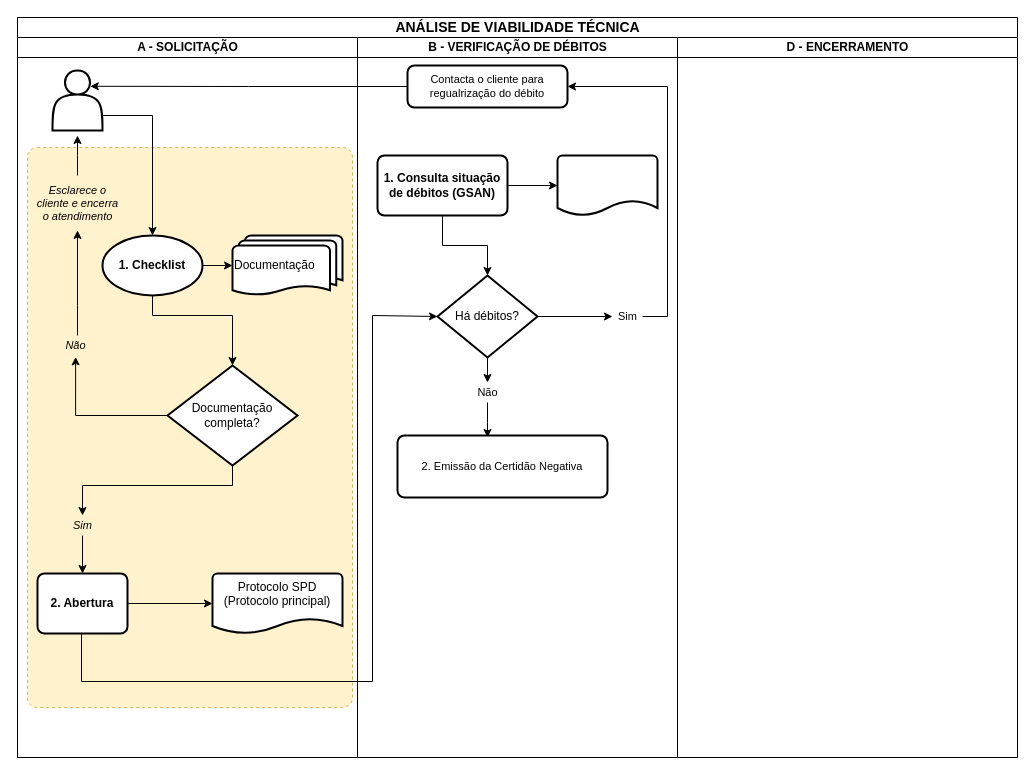
Before: Analise de Viabilidade Tecnica.drawio in Deso-Sertao/fluxogramas, a draw.io diagram. Source tidied: cells renumbered, new cells numbered last; positions are measured from the earlier drawing's top-left corner, leaving out a move shared by most shapes. Both pictures are drawn from the tidied source at 100%, with x=0, y=0 at pixel (17, 17).
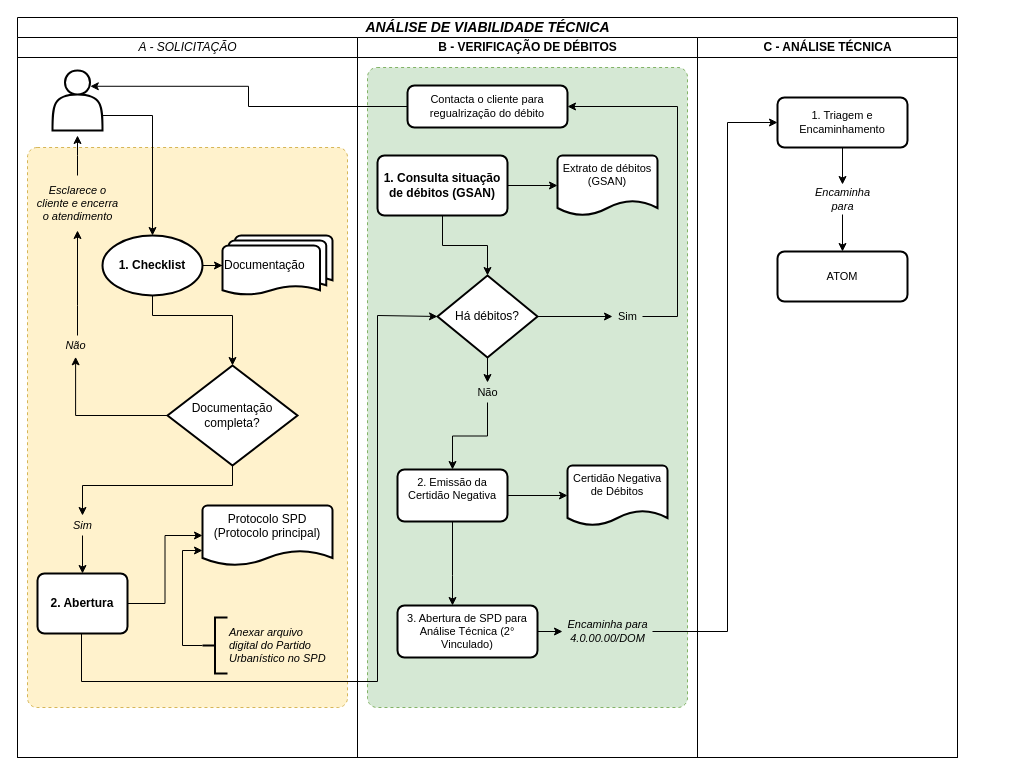
After the change.

The change refers to these unchanged cells:
```xml
<mxCell id="9" value="2. Abertura" style="rounded=1;whiteSpace=wrap;html=1;absoluteArcSize=1;arcSize=14;strokeWidth=2;fontFamily=Arial;fontStyle=1;" parent="3" vertex="1">
  <mxGeometry x="20" y="536" width="90" height="60" as="geometry" />
</mxCell>
<mxCell id="28" value="Há débitos?" style="strokeWidth=2;html=1;shape=mxgraph.flowchart.decision;whiteSpace=wrap;fontFamily=Arial;" parent="23" vertex="1">
  <mxGeometry x="80" y="238" width="100" height="82" as="geometry" />
</mxCell>
<mxCell id="30" value="Sim" style="text;html=1;align=center;verticalAlign=middle;points=[];fillColor=none;strokeColor=none;rounded=0;fontFamily=Arial;fontSize=11;" parent="23" vertex="1">
  <mxGeometry x="255" y="269" width="30" height="20" as="geometry" />
</mxCell>
<mxCell id="31" value="Não" style="text;html=1;align=center;verticalAlign=middle;points=[];fillColor=none;strokeColor=none;rounded=0;fontFamily=Arial;fontSize=11;" parent="23" vertex="1">
  <mxGeometry x="110" y="345" width="40" height="20" as="geometry" />
</mxCell>
```

Change to the diagram source:
```diff
@@
-    <mxCell id="2" value="&lt;font style=&quot;font-size: 14px&quot;&gt;ANÁLISE DE VIABILIDADE TÉCNICA&lt;/font&gt;" style="swimlane;html=1;startSize=20;fontFamily=Arial;" parent="1" vertex="1">
-      <mxGeometry width="1000" height="740" as="geometry" />
+    <mxCell id="2" value="&lt;font style=&quot;font-size: 14px&quot;&gt;ANÁLISE DE VIABILIDADE TÉCNICA&lt;/font&gt;" style="swimlane;html=1;startSize=20;fontFamily=Arial;fontStyle=3;" parent="1" vertex="1">
+      <mxGeometry width="940" height="740" as="geometry" />
     </mxCell>
-    <mxCell id="3" value="A - SOLICITAÇÃO" style="swimlane;html=1;startSize=20;fontFamily=Arial;" parent="2" vertex="1">
+    <mxCell id="3" value="A - SOLICITAÇÃO" style="swimlane;html=1;startSize=20;fontFamily=Arial;fontStyle=2;" parent="2" vertex="1">
       <mxGeometry y="20" width="340" height="720" as="geometry" />
     </mxCell>
     <mxCell id="4" style="whiteSpace=wrap;html=1;fontFamily=Arial;fontSize=11;fillColor=#fff2cc;strokeColor=#d6b656;dashed=1;strokeWidth=1;rounded=1;arcSize=3;" parent="3" vertex="1">
-      <mxGeometry x="10" y="110" width="325" height="560" as="geometry" />
+      <mxGeometry x="10" y="110" width="320" height="560" as="geometry" />
     </mxCell>
@@
     <mxCell id="10" value="&lt;div&gt;Protocolo SPD&lt;/div&gt;&lt;div&gt;(Protocolo principal)&lt;br&gt;&lt;/div&gt;" style="strokeWidth=2;html=1;shape=mxgraph.flowchart.document2;whiteSpace=wrap;size=0.25;fontFamily=Arial;verticalAlign=top;" parent="3" vertex="1">
-      <mxGeometry x="195" y="536" width="130" height="60" as="geometry" />
+      <mxGeometry x="185" y="468" width="130" height="60" as="geometry" />
     </mxCell>
     <mxCell id="11" value="&lt;div align=&quot;left&quot;&gt;Documentação&lt;/div&gt;" style="strokeWidth=2;html=1;shape=mxgraph.flowchart.multi-document;whiteSpace=wrap;fontFamily=Arial;align=left;verticalAlign=middle;" parent="3" vertex="1">
-      <mxGeometry x="215" y="198" width="110" height="60" as="geometry" />
+      <mxGeometry x="205" y="198" width="110" height="60" as="geometry" />
     </mxCell>
@@
+    <mxCell id="40" style="edgeStyle=orthogonalEdgeStyle;rounded=0;jettySize=auto;html=1;entryX=0;entryY=0.75;entryDx=0;entryDy=0;entryPerimeter=0;fontFamily=Arial;fontSize=11;exitX=0;exitY=0.5;exitDx=0;exitDy=0;exitPerimeter=0;" parent="3" edge="1" source="41" target="10">
+      <mxGeometry relative="1" as="geometry">
+        <Array as="points">
+          <mxPoint x="165" y="608" />
+          <mxPoint x="165" y="513" />
+        </Array>
+      </mxGeometry>
+    </mxCell>
+    <mxCell id="41" value="&lt;div&gt;&lt;i&gt;Anexar arquivo&lt;/i&gt;&lt;/div&gt;&lt;div align=&quot;left&quot;&gt;&lt;i&gt;digital do Partido&lt;/i&gt;&lt;/div&gt;&lt;div align=&quot;left&quot;&gt;&lt;i&gt;Urbanístico no SPD&lt;/i&gt;&lt;br&gt;&lt;/div&gt;" style="strokeWidth=2;html=1;shape=mxgraph.flowchart.annotation_2;align=left;labelPosition=right;rounded=1;fillColor=#ffffff;fontFamily=Arial;fontSize=11;" parent="3" vertex="1">
+      <mxGeometry x="185" y="580" width="25" height="56" as="geometry" />
+    </mxCell>
     <mxCell id="23" value="B - VERIFICAÇÃO DE DÉBITOS" style="swimlane;html=1;startSize=20;fontFamily=Arial;" parent="2" vertex="1">
-      <mxGeometry x="340" y="20" width="320" height="720" as="geometry" />
+      <mxGeometry x="340" y="20" width="340" height="720" as="geometry" />
     </mxCell>
+    <mxCell id="42" style="whiteSpace=wrap;html=1;fontFamily=Arial;fontSize=11;fillColor=#d5e8d4;strokeColor=#82b366;dashed=1;strokeWidth=1;rounded=1;arcSize=3;" parent="23" vertex="1">
+      <mxGeometry x="10" y="30" width="320" height="640" as="geometry" />
+    </mxCell>
@@
-    <mxCell id="27" style="edgeStyle=orthogonalEdgeStyle;rounded=0;jettySize=auto;html=1;fontFamily=Arial;fontSize=11;" parent="23" edge="1" source="31">
-      <mxGeometry relative="1" as="geometry">
-        <mxPoint x="130" y="400" as="targetPoint" />
-      </mxGeometry>
+    <mxCell id="27" style="edgeStyle=orthogonalEdgeStyle;rounded=0;jettySize=auto;html=1;fontFamily=Arial;fontSize=11;entryX=0.5;entryY=0;entryDx=0;entryDy=0;" parent="23" edge="1" source="31" target="34">
+      <mxGeometry relative="1" as="geometry" />
     </mxCell>
@@
     <mxCell id="29" style="edgeStyle=orthogonalEdgeStyle;rounded=0;jettySize=auto;html=1;fontFamily=Arial;fontSize=11;entryX=1;entryY=0.5;entryDx=0;entryDy=0;exitX=1;exitY=0.5;exitDx=0;exitDy=0;exitPerimeter=0;" parent="23" edge="1" source="30" target="33">
       <mxGeometry relative="1" as="geometry">
         <Array as="points">
-          <mxPoint x="310" y="279" />
-          <mxPoint x="310" y="49" />
+          <mxPoint x="320" y="279" />
+          <mxPoint x="320" y="69" />
         </Array>
       </mxGeometry>
     </mxCell>
@@
     <mxCell id="33" value="Contacta o cliente para regualrização do débito" style="rounded=1;whiteSpace=wrap;html=1;absoluteArcSize=1;arcSize=14;strokeWidth=2;fillColor=#ffffff;fontFamily=Arial;fontSize=11;" parent="23" vertex="1">
-      <mxGeometry x="50" y="28" width="160" height="42" as="geometry" />
+      <mxGeometry x="50" y="48" width="160" height="42" as="geometry" />
     </mxCell>
+    <mxCell id="43" style="edgeStyle=orthogonalEdgeStyle;rounded=0;jettySize=auto;html=1;fontFamily=Arial;fontSize=11;" parent="23" edge="1" source="34" target="44">
+      <mxGeometry relative="1" as="geometry" />
+    </mxCell>
-    <mxCell id="34" value="2. Emissão da Certidão Negativa" style="rounded=1;whiteSpace=wrap;html=1;absoluteArcSize=1;arcSize=14;strokeWidth=2;fillColor=#ffffff;fontFamily=Arial;fontSize=11;" parent="23" vertex="1">
-      <mxGeometry x="40" y="398" width="210" height="62" as="geometry" />
+    <mxCell id="34" value="2. Emissão da Certidão Negativa" style="rounded=1;whiteSpace=wrap;html=1;absoluteArcSize=1;arcSize=14;strokeWidth=2;fillColor=#ffffff;fontFamily=Arial;fontSize=11;verticalAlign=top;" parent="23" vertex="1">
+      <mxGeometry x="40" y="432" width="110" height="52" as="geometry" />
     </mxCell>
-    <mxCell id="35" style="strokeWidth=2;html=1;shape=mxgraph.flowchart.document2;whiteSpace=wrap;size=0.25;rounded=1;fillColor=#ffffff;fontFamily=Arial;fontSize=11;" parent="23" vertex="1">
+    <mxCell id="35" value="Extrato de débitos (GSAN)" style="strokeWidth=2;html=1;shape=mxgraph.flowchart.document2;whiteSpace=wrap;size=0.25;rounded=1;fillColor=#ffffff;fontFamily=Arial;fontSize=11;verticalAlign=top;" parent="23" vertex="1">
       <mxGeometry x="200" y="118" width="100" height="60" as="geometry" />
     </mxCell>
@@
+    <mxCell id="44" value="Certidão Negativa de Débitos" style="strokeWidth=2;html=1;shape=mxgraph.flowchart.document2;whiteSpace=wrap;size=0.25;rounded=1;fillColor=#ffffff;fontFamily=Arial;fontSize=11;verticalAlign=top;" parent="23" vertex="1">
+      <mxGeometry x="210" y="428" width="100" height="60" as="geometry" />
+    </mxCell>
+    <mxCell id="45" style="edgeStyle=orthogonalEdgeStyle;rounded=0;jettySize=auto;html=1;fontFamily=Arial;fontSize=11;" parent="23" edge="1" source="46" target="48">
+      <mxGeometry relative="1" as="geometry" />
+    </mxCell>
+    <mxCell id="46" value="3. Abertura de SPD para Análise Técnica (2° Vinculado)" style="rounded=1;whiteSpace=wrap;html=1;absoluteArcSize=1;arcSize=14;strokeWidth=2;fillColor=#ffffff;fontFamily=Arial;fontSize=11;" parent="23" vertex="1">
+      <mxGeometry x="40" y="568" width="140" height="52" as="geometry" />
+    </mxCell>
+    <mxCell id="47" style="edgeStyle=orthogonalEdgeStyle;rounded=0;jettySize=auto;html=1;fontFamily=Arial;fontSize=11;" parent="23" edge="1" source="34" target="46">
+      <mxGeometry relative="1" as="geometry">
+        <Array as="points">
+          <mxPoint x="95" y="538" />
+          <mxPoint x="95" y="538" />
+        </Array>
+      </mxGeometry>
+    </mxCell>
+    <mxCell id="48" value="&lt;div&gt;Encaminha para&lt;/div&gt;&lt;div&gt;4.0.00.00/DOM&lt;/div&gt;" style="text;html=1;align=center;verticalAlign=middle;points=[];fillColor=none;strokeColor=none;rounded=0;fontFamily=Arial;fontSize=11;fontStyle=2;" parent="23" vertex="1">
+      <mxGeometry x="205" y="579" width="90" height="30" as="geometry" />
+    </mxCell>
-    <mxCell id="37" value="D - ENCERRAMENTO" style="swimlane;html=1;startSize=20;fontFamily=Arial;" parent="2" vertex="1">
-      <mxGeometry x="660" y="20" width="340" height="720" as="geometry" />
+    <mxCell id="37" value="C - ANÁLISE TÉCNICA" style="swimlane;html=1;startSize=20;fontFamily=Arial;" parent="2" vertex="1">
+      <mxGeometry x="680" y="20" width="260" height="720" as="geometry" />
     </mxCell>
+    <mxCell id="49" style="edgeStyle=orthogonalEdgeStyle;rounded=0;jettySize=auto;html=1;fontFamily=Arial;fontSize=11;" parent="37" edge="1" source="50" target="53">
+      <mxGeometry relative="1" as="geometry" />
+    </mxCell>
+    <mxCell id="50" value="1. Triagem e Encaminhamento" style="rounded=1;whiteSpace=wrap;html=1;absoluteArcSize=1;arcSize=14;strokeWidth=2;fillColor=#ffffff;fontFamily=Arial;fontSize=11;" parent="37" vertex="1">
+      <mxGeometry x="80" y="60" width="130" height="50" as="geometry" />
+    </mxCell>
+    <mxCell id="51" value="ATOM" style="rounded=1;whiteSpace=wrap;html=1;absoluteArcSize=1;arcSize=14;strokeWidth=2;fillColor=#ffffff;fontFamily=Arial;fontSize=11;" parent="37" vertex="1">
+      <mxGeometry x="80" y="214" width="130" height="50" as="geometry" />
+    </mxCell>
+    <mxCell id="52" style="edgeStyle=orthogonalEdgeStyle;rounded=0;jettySize=auto;html=1;entryX=0.5;entryY=0;entryDx=0;entryDy=0;fontFamily=Arial;fontSize=11;" parent="37" edge="1" source="53" target="51">
+      <mxGeometry relative="1" as="geometry" />
+    </mxCell>
+    <mxCell id="53" value="&lt;div&gt;Encaminha&lt;/div&gt;&lt;div&gt;para&lt;/div&gt;" style="text;html=1;align=center;verticalAlign=middle;points=[];fillColor=none;strokeColor=none;rounded=0;fontFamily=Arial;fontSize=11;fontStyle=2;" parent="37" vertex="1">
+      <mxGeometry x="110" y="147" width="70" height="30" as="geometry" />
+    </mxCell>
     <mxCell id="38" style="edgeStyle=orthogonalEdgeStyle;rounded=0;jettySize=auto;html=1;fontFamily=Arial;entryX=0;entryY=0.5;entryDx=0;entryDy=0;entryPerimeter=0;" parent="2" edge="1" source="9" target="28">
       <mxGeometry relative="1" as="geometry">
         <Array as="points">
           <mxPoint x="64" y="664" />
-          <mxPoint x="355" y="664" />
-          <mxPoint x="355" y="298" />
+          <mxPoint x="360" y="664" />
+          <mxPoint x="360" y="298" />
         </Array>
       </mxGeometry>
     </mxCell>
@@
+    <mxCell id="54" style="edgeStyle=orthogonalEdgeStyle;rounded=0;jettySize=auto;html=1;entryX=0;entryY=0.5;entryDx=0;entryDy=0;fontFamily=Arial;fontSize=11;" parent="2" edge="1" source="48" target="50">
+      <mxGeometry relative="1" as="geometry">
+        <Array as="points">
+          <mxPoint x="710" y="614" />
+          <mxPoint x="710" y="105" />
+        </Array>
+      </mxGeometry>
+    </mxCell>
```
